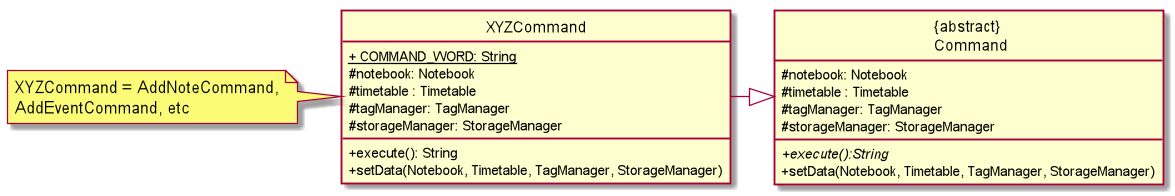
Above: docs/diagrams/out/CommandClass.png in nus-cs2113-AY2021S1/tp (PlantUML), before the change.
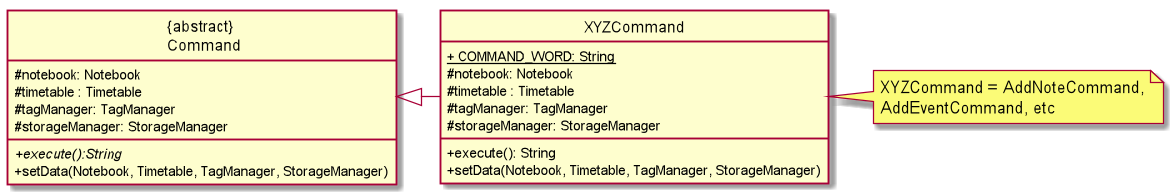
The same file after the commit.

Diff of the diagram source:
```diff
@@ -22,9 +22,9 @@
 + setData(Notebook, Timetable, TagManager, StorageManager)
 }
 
-XYZCommand -|> "{abstract} \n Command"
+XYZCommand -left|> "{abstract} \n Command"
 
-note left of XYZCommand
+note right of XYZCommand
 XYZCommand = AddNoteCommand,
 AddEventCommand, etc
 end note
```
